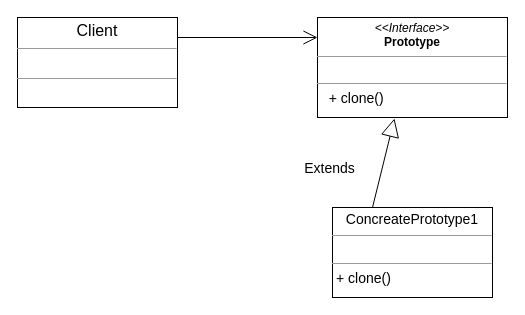
MaksShadows/Patterns keeps this draw.io diagram as creational/prototype/proto.drawio. Above is the earlier version. Source tidied: cells renumbered, new cells numbered last; positions are measured from the earlier drawing's top-left corner, leaving out a move shared by most shapes. Both pictures are drawn from the tidied source at 100%, with x=0, y=0 at pixel (17, 17).
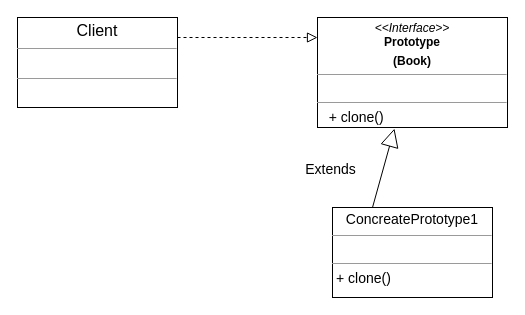
The same page after the edit.

Diff of the diagram source:
```diff
@@
 <mxGraphModel>
   <root>
     <mxCell id="0" />
     <mxCell id="1" parent="0" />
-    <mxCell id="2" value="&lt;p style=&quot;margin: 0px ; margin-top: 4px ; text-align: center&quot;&gt;&lt;i&gt;&amp;lt;&amp;lt;Interface&amp;gt;&amp;gt;&lt;/i&gt;&lt;br&gt;&lt;b&gt;Prototype&lt;/b&gt;&lt;/p&gt;&lt;hr size=&quot;1&quot;&gt;&lt;p style=&quot;margin: 0px ; margin-left: 4px&quot;&gt;&lt;br&gt;&lt;/p&gt;&lt;hr size=&quot;1&quot;&gt;&lt;p style=&quot;text-align: justify ; margin: 0px 0px 0px 4px&quot;&gt;&lt;font style=&quot;font-size: 14px&quot;&gt;&amp;nbsp; + clone()&lt;/font&gt;&lt;/p&gt;" style="verticalAlign=top;align=left;overflow=fill;fontSize=12;fontFamily=Helvetica;html=1;" parent="1" vertex="1">
-      <mxGeometry x="300" width="190" height="100" as="geometry" />
+    <mxCell id="2" value="&lt;p style=&quot;margin: 0px ; margin-top: 4px ; text-align: center&quot;&gt;&lt;i&gt;&amp;lt;&amp;lt;Interface&amp;gt;&amp;gt;&lt;/i&gt;&lt;br&gt;&lt;b&gt;Prototype&lt;/b&gt;&lt;/p&gt;&lt;p style=&quot;margin: 0px ; margin-top: 4px ; text-align: center&quot;&gt;&lt;b&gt;(Book)&lt;/b&gt;&lt;/p&gt;&lt;hr size=&quot;1&quot;&gt;&lt;p style=&quot;margin: 0px ; margin-left: 4px&quot;&gt;&lt;br&gt;&lt;/p&gt;&lt;hr size=&quot;1&quot;&gt;&lt;p style=&quot;text-align: justify ; margin: 0px 0px 0px 4px&quot;&gt;&lt;font style=&quot;font-size: 14px&quot;&gt;&amp;nbsp; + clone()&lt;/font&gt;&lt;/p&gt;" style="verticalAlign=top;align=left;overflow=fill;fontSize=12;fontFamily=Helvetica;html=1;" parent="1" vertex="1">
+      <mxGeometry x="300" width="190" height="110" as="geometry" />
     </mxCell>
     <mxCell id="3" value="&lt;p style=&quot;text-align: center ; margin: 4px 0px 0px ; font-size: 14px&quot;&gt;&lt;font style=&quot;font-size: 14px&quot;&gt;ConcreatePrototype1&lt;/font&gt;&lt;/p&gt;&lt;hr size=&quot;1&quot; style=&quot;text-align: justify ; font-size: 14px&quot;&gt;&lt;p style=&quot;text-align: justify ; margin: 0px 0px 0px 4px&quot;&gt;&lt;br&gt;&lt;/p&gt;&lt;hr size=&quot;1&quot; style=&quot;text-align: justify&quot;&gt;&lt;p style=&quot;text-align: justify ; margin: 0px 0px 0px 4px&quot;&gt;&lt;font style=&quot;font-size: 14px&quot;&gt;+ clone()&lt;/font&gt;&lt;/p&gt;" style="verticalAlign=top;align=left;overflow=fill;fontSize=12;fontFamily=Helvetica;html=1;" parent="1" vertex="1">
       <mxGeometry x="315" y="190" width="160" height="90" as="geometry" />
     </mxCell>
     <mxCell id="4" value="&lt;p style=&quot;text-align: center ; margin: 4px 0px 0px ; font-size: 16px&quot;&gt;&lt;font style=&quot;font-size: 16px&quot;&gt;Client&lt;/font&gt;&lt;/p&gt;&lt;hr size=&quot;1&quot; style=&quot;text-align: justify ; font-size: 16px&quot;&gt;&lt;p style=&quot;text-align: justify ; margin: 0px 0px 0px 4px&quot;&gt;&lt;br&gt;&lt;/p&gt;&lt;hr size=&quot;1&quot; style=&quot;text-align: justify&quot;&gt;&lt;p style=&quot;text-align: justify ; margin: 0px 0px 0px 4px&quot;&gt;&lt;br&gt;&lt;/p&gt;" style="verticalAlign=top;align=left;overflow=fill;fontSize=12;fontFamily=Helvetica;html=1;" parent="1" vertex="1">
       <mxGeometry width="160" height="90" as="geometry" />
     </mxCell>
-    <mxCell id="5" style="endArrow=open;endFill=1;endSize=12;html=1;" parent="1" edge="1">
-      <mxGeometry relative="1" as="geometry">
-        <mxPoint x="160" y="20" as="sourcePoint" />
-        <mxPoint x="300" y="20" as="targetPoint" />
-      </mxGeometry>
-    </mxCell>
     <mxCell id="6" value="Extends" style="endArrow=block;endSize=16;endFill=0;html=1;fontSize=14;entryX=0.405;entryY=1.01;entryDx=0;entryDy=0;entryPerimeter=0;exitX=0.25;exitY=0;exitDx=0;exitDy=0;" parent="1" edge="1" source="3" target="2">
       <mxGeometry x="-0.4" y="51" relative="1" as="geometry" />
     </mxCell>
+    <mxCell id="7" style="endArrow=block;startArrow=none;endFill=0;startFill=0;endSize=8;html=1;verticalAlign=bottom;dashed=1;labelBackgroundColor=none;" parent="1" edge="1">
+      <mxGeometry relative="1" as="geometry">
+        <mxPoint x="160" y="20" as="sourcePoint" />
+        <mxPoint x="300" y="20" as="targetPoint" />
+      </mxGeometry>
+    </mxCell>
   </root>
 </mxGraphModel>
```
